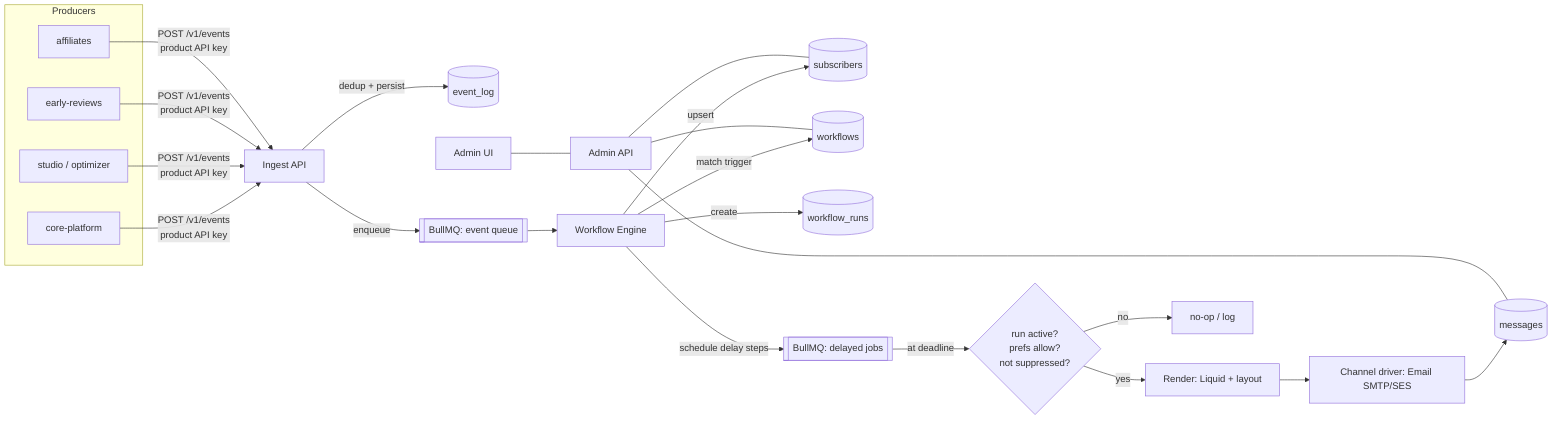
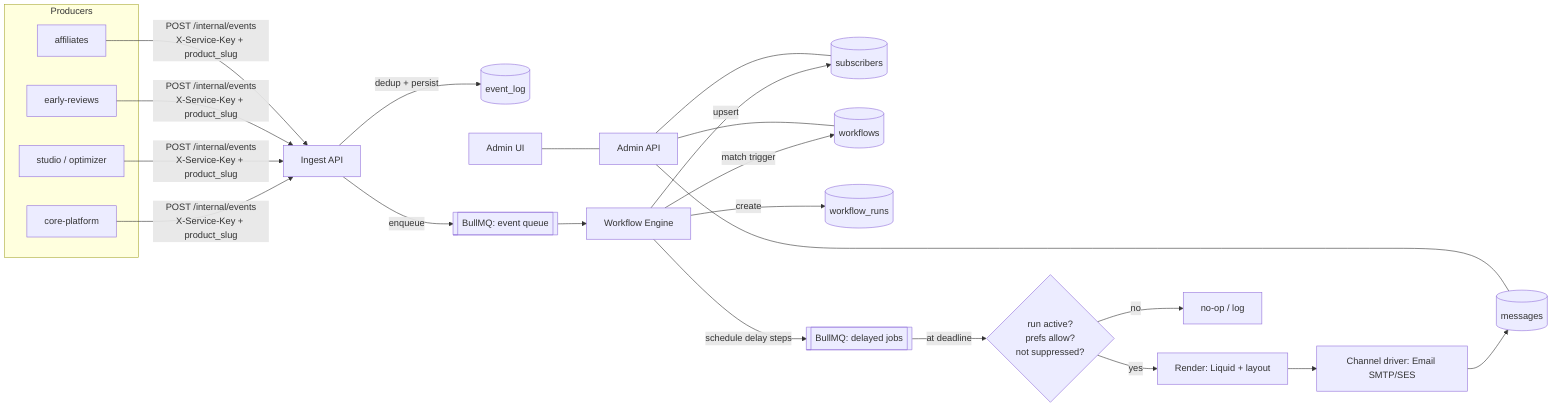
flowchart LR
  subgraph Producers
    CP[core-platform]
    ST[studio / optimizer]
    ER[early-reviews]
    AF[affiliates]
  end
-   CP & ST & ER & AF -->|POST /v1/events\nproduct API key| API[Ingest API]
+   CP & ST & ER & AF -->|POST /internal/events\nX-Service-Key + product_slug| API[Ingest API]
  API -->|dedup + persist| EL[(event_log)]
  API -->|enqueue| Q[[BullMQ: event queue]]
  Q --> WE[Workflow Engine]
  WE -->|upsert| SUB[(subscribers)]
  WE -->|match trigger| WF[(workflows)]
  WE -->|create| RUN[(workflow_runs)]
  WE -->|schedule delay steps| SCH[[BullMQ: delayed jobs]]
  SCH -->|at deadline| FIRE{run active?\nprefs allow?\nnot suppressed?}
  FIRE -->|yes| RND[Render: Liquid + layout]
  FIRE -->|no| DROP[no-op / log]
  RND --> DRV[Channel driver: Email SMTP/SES]
  DRV --> MSG[(messages)]
  ADM[Admin UI] --- AAPI[Admin API]
  AAPI --- WF
  AAPI --- SUB
  AAPI --- MSG
